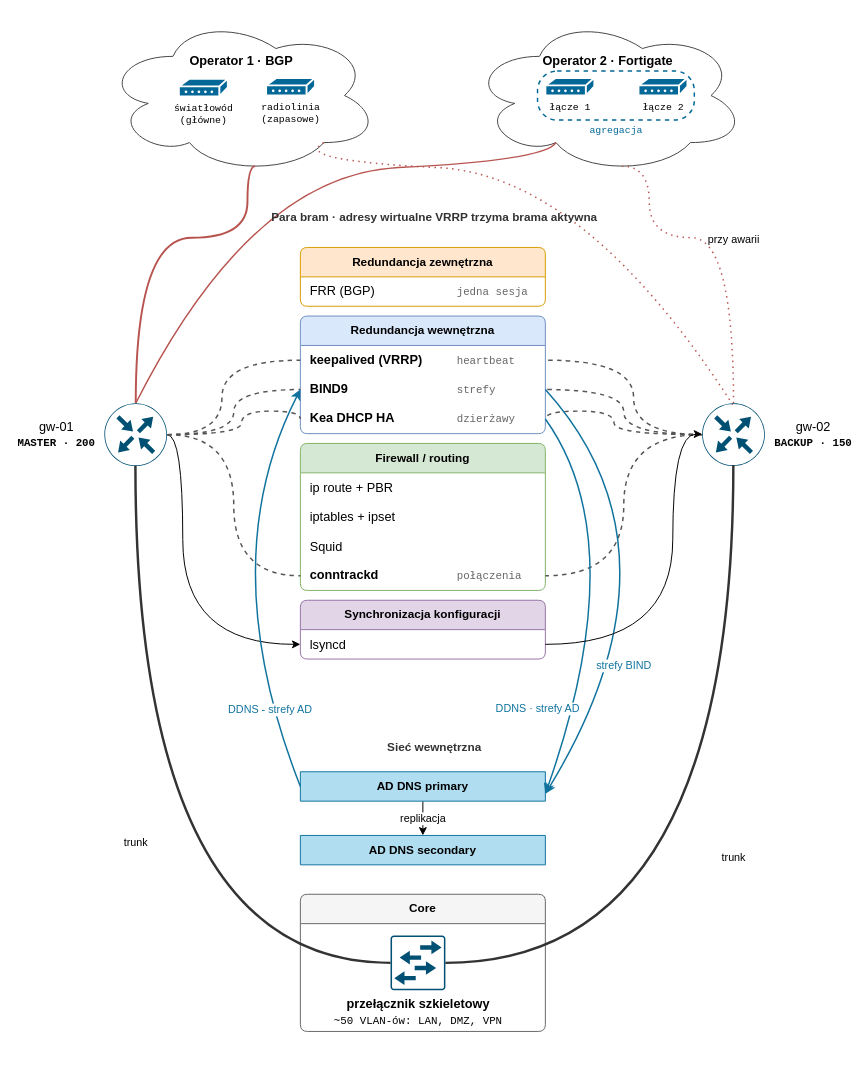
Earlier version of the draw.io diagram redundant-gateways-V3.drawio (BO-RU-TA/mysnippets). Source tidied: cells renumbered, new cells numbered last; positions are measured from the earlier drawing's top-left corner, leaving out a move shared by most shapes. Both pictures are drawn from the tidied source at 98%, with x=0, y=0 at pixel (27, 17).
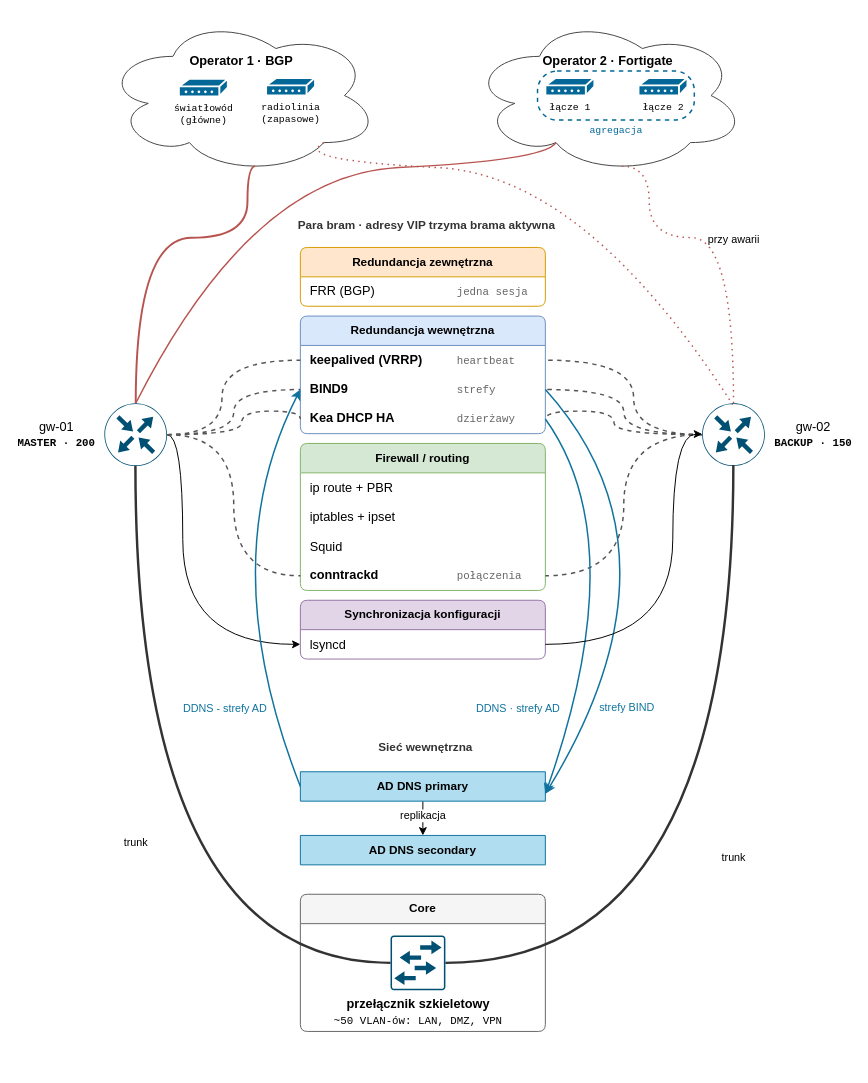
Above is the later version.

The change refers to these unchanged cells:
```xml
<mxCell id="17" value="AD DNS primary" style="swimlane;rounded=1;arcSize=8;fontStyle=1;horizontal=1;startSize=30;whiteSpace=wrap;html=1;fontSize=12;swimlaneFillColor=#ffffff;fillColor=#b1ddf0;strokeColor=#10739e;" parent="1" vertex="1">
  <mxGeometry x="278" y="770" width="250" height="30" as="geometry" />
</mxCell>
<mxCell id="22" value="&lt;span style=&quot;display:inline-block;width:150px&quot;&gt;&lt;b&gt;BIND9&lt;/b&gt;&lt;/span&gt;&lt;span style=&quot;font-family:Courier New;font-size:11px;color:#666666;font-weight:normal&quot;&gt;strefy&lt;/span&gt;" style="text;strokeColor=none;fillColor=none;align=left;verticalAlign=middle;spacingLeft=8;spacingRight=8;html=1;fontSize=13;points=[[0,0.5],[1,0.5]];portConstraint=eastwest;" parent="20" vertex="1">
  <mxGeometry y="60" width="250" height="30" as="geometry" />
</mxCell>
<mxCell id="23" value="&lt;span style=&quot;display:inline-block;width:150px&quot;&gt;&lt;b&gt;Kea DHCP HA&lt;/b&gt;&lt;/span&gt;&lt;span style=&quot;font-family:Courier New;font-size:11px;color:#666666;font-weight:normal&quot;&gt;dzierżawy&lt;/span&gt;" style="text;strokeColor=none;fillColor=none;align=left;verticalAlign=middle;spacingLeft=8;spacingRight=8;html=1;fontSize=13;points=[[0,0.5],[1,0.5]];portConstraint=eastwest;" parent="20" vertex="1">
  <mxGeometry y="90" width="250" height="30" as="geometry" />
</mxCell>
<mxCell id="47" value="AD DNS secondary" style="swimlane;rounded=1;arcSize=8;fontStyle=1;horizontal=1;startSize=30;whiteSpace=wrap;html=1;fontSize=12;swimlaneFillColor=#ffffff;fillColor=#b1ddf0;strokeColor=#10739e;" parent="1" vertex="1">
  <mxGeometry x="278" y="835" width="250" height="30" as="geometry" />
</mxCell>
```

Diff of the diagram source:
```diff
@@
+    <mxCell id="48" value="Sieć wewnętrzna" style="rounded=1;arcSize=40;html=1;fillColor=none;strokeColor=none;dashed=1;strokeWidth=1.5;verticalAlign=top;fontSize=12;fontFamily=Helvetica;fontColor=#333333;spacingBottom=0;dashPattern=1 1;spacingTop=6;fontStyle=1;whiteSpace=wrap;" parent="1" vertex="1">
+      <mxGeometry x="-9" y="725" width="830" height="345" as="geometry" />
+    </mxCell>
@@
     <mxCell id="16" value="replikacja" style="edgeStyle=orthogonalEdgeStyle;rounded=0;jettySize=auto;html=1;exitX=0.5;exitY=1;exitDx=0;exitDy=0;entryX=0.5;entryY=0;entryDx=0;entryDy=0;defaultLabelBackgroundColor=page;labelPadding=0 4;fontSize=11;endArrow=classic;" parent="1" edge="1" source="17" target="47">
-      <mxGeometry relative="1" as="geometry" />
+      <mxGeometry x="-0.14" relative="1" as="geometry" />
     </mxCell>
@@
     <mxCell id="40" value="strefy BIND" style="endArrow=classic;html=1;curved=1;strokeColor=#10739e;strokeWidth=1.5;fontSize=11;fontColor=#10739e;labelBackgroundColor=#ffffff;exitX=1;exitY=0.5;exitDx=0;exitDy=0;entryX=1;entryY=0.75;entryDx=0;entryDy=0;" parent="1" edge="1" source="22" target="17">
-      <mxGeometry x="0.4" relative="1" as="geometry">
+      <mxGeometry x="0.54" y="25" relative="1" as="geometry">
         <Array as="points">
           <mxPoint x="678" y="546" />
         </Array>
       </mxGeometry>
     </mxCell>
     <mxCell id="41" value="DDNS · strefy AD" style="endArrow=classic;html=1;curved=1;strokeColor=#10739e;strokeWidth=1.5;fontSize=11;fontColor=#10739e;labelBackgroundColor=#ffffff;exitX=1;exitY=0.5;exitDx=0;exitDy=0;entryX=1;entryY=0.75;entryDx=0;entryDy=0;" parent="1" edge="1" source="23" target="17">
-      <mxGeometry x="0.63" y="-37" relative="1" as="geometry">
+      <mxGeometry x="0.66" y="-55" relative="1" as="geometry">
         <Array as="points">
           <mxPoint x="618" y="536" />
         </Array>
-        <mxPoint x="1" as="offset" />
       </mxGeometry>
     </mxCell>
     <mxCell id="42" value="DDNS - strefy AD" style="endArrow=classic;html=1;curved=1;strokeColor=#10739e;strokeWidth=1.5;fontSize=11;fontColor=#10739e;labelBackgroundColor=#ffffff;exitX=0;exitY=0.5;exitDx=0;exitDy=0;entryX=0;entryY=0.5;entryDx=0;entryDy=0;" parent="1" edge="1" source="17" target="22">
-      <mxGeometry x="-0.62" relative="1" as="geometry">
+      <mxGeometry x="-0.54" y="43" relative="1" as="geometry">
         <Array as="points">
           <mxPoint x="188" y="556" />
         </Array>
       </mxGeometry>
     </mxCell>
@@
-    <mxCell id="48" value="Sieć wewnętrzna" style="rounded=1;arcSize=40;html=1;fillColor=none;strokeColor=none;dashed=1;strokeWidth=1.5;verticalAlign=top;fontSize=12;fontFamily=Helvetica;fontColor=#333333;spacingBottom=0;dashPattern=1 1;spacingTop=6;fontStyle=1;whiteSpace=wrap;" parent="1" vertex="1">
-      <mxGeometry y="725" width="830" height="345" as="geometry" />
-    </mxCell>
-    <mxCell id="49" value="Para bram · adresy wirtualne VRRP trzyma brama aktywna" style="rounded=1;arcSize=40;html=1;fillColor=none;strokeColor=none;dashed=1;strokeWidth=1.5;verticalAlign=top;fontSize=12;fontFamily=Helvetica;fontColor=#333333;spacingBottom=0;dashPattern=1 1;roundedPerimeter=1;glass=0;shadow=0;multiple=0;spacingTop=6;fontStyle=1;whiteSpace=wrap;" parent="1" vertex="1">
-      <mxGeometry y="185" width="830" height="500" as="geometry" />
+    <mxCell id="49" value="Para bram · adresy VIP trzyma brama aktywna" style="rounded=1;arcSize=40;html=1;fillColor=none;strokeColor=none;dashed=1;strokeWidth=1.5;verticalAlign=top;fontSize=12;fontFamily=Helvetica;fontColor=#333333;spacingBottom=0;dashPattern=1 1;roundedPerimeter=1;glass=0;shadow=0;multiple=0;spacingTop=6;fontStyle=1;whiteSpace=wrap;" parent="1" vertex="1">
+      <mxGeometry x="-8" y="193" width="830" height="500" as="geometry" />
     </mxCell>
```
